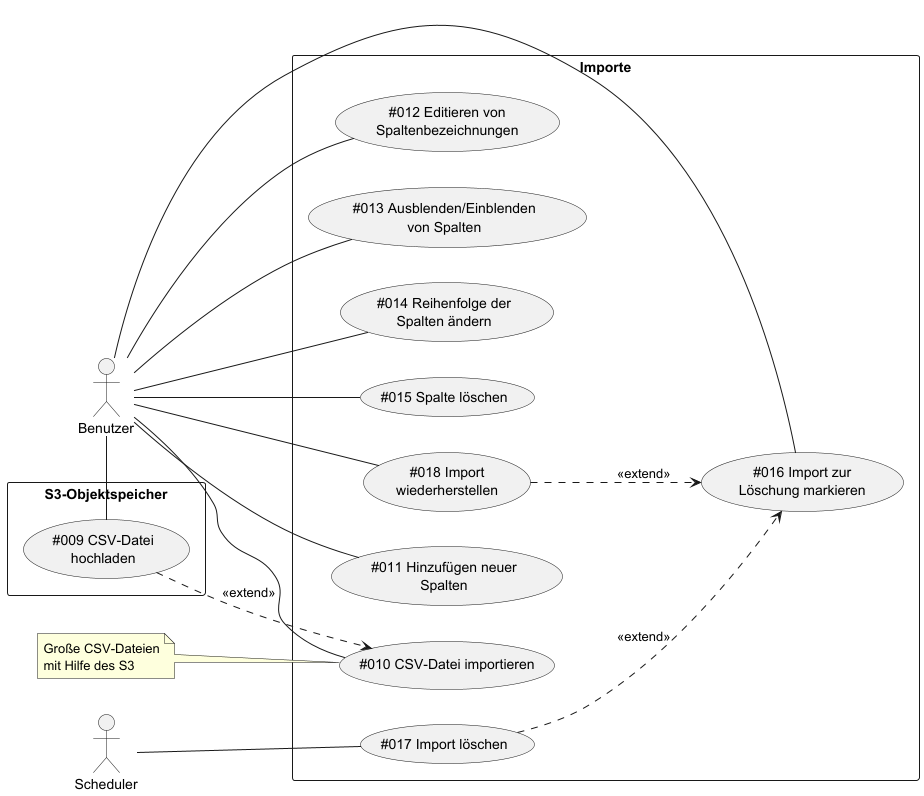
TuncerCatalkaya/data-integration keeps this PlantUML diagram as data-integration-documentation/src/main/images/usecases/scopes.png. Above is the earlier version. Source of this version:
```plantuml
@startuml
left to right direction

actor Benutzer as Actor1
actor Scheduler as Actor2

rectangle "S3-Objektspeicher" {
    (#009 CSV-Datei\nhochladen) as (UC9)
}

rectangle "Importe" {
    (#012 Editieren von\nSpaltenbezeichnungen) as (UC12)
    (#016 Import zur\nLöschung markieren) as (UC16)
    (#010 CSV-Datei importieren) as (UC10)
    (#011 Hinzufügen neuer\nSpalten) as (UC11)
    (#013 Ausblenden/Einblenden\nvon Spalten) as (UC13)
    (#014 Reihenfolge der\nSpalten ändern) as (UC14)
    (#015 Spalte löschen) as (UC15)
    (#017 Import löschen) as (UC17)
    (#018 Import\nwiederherstellen) as (UC18)
}

note "Große CSV-Dateien\nmit Hilfe des S3" as N1

Actor2 -- (UC17)

Actor1 - (UC9)
Actor1 - (UC10)
Actor1 - (UC11)
Actor1 - (UC12)
Actor1 - (UC13)
Actor1 - (UC14)
Actor1 - (UC15)
Actor1 - (UC16)
Actor1 - (UC18)

(UC9) ..> UC10 : <<extend>>
(UC17) ..> (UC16) : <<extend>>
(UC18) ..> UC16 : <<extend>>

N1 .. (UC10)

@enduml
```
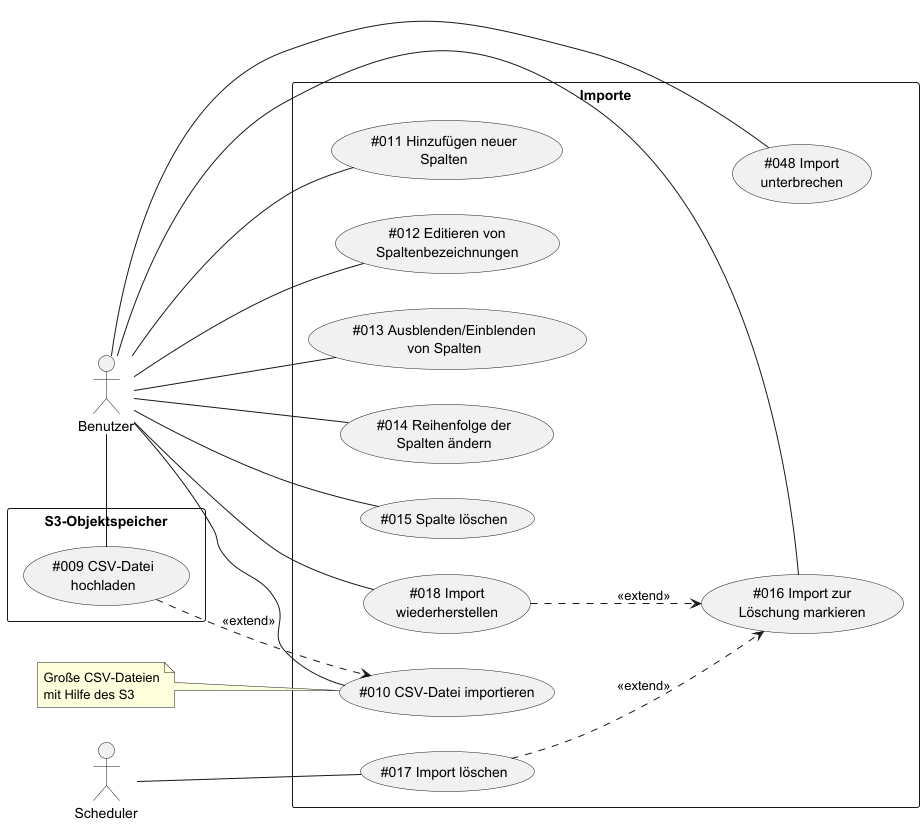
Above is the later version.

Diff of the diagram source:
```diff
@@ -18,6 +18,7 @@
     (#015 Spalte löschen) as (UC15)
     (#017 Import löschen) as (UC17)
     (#018 Import\nwiederherstellen) as (UC18)
+    (#048 Import\nunterbrechen) as (UC48)
 }
 
 note "Große CSV-Dateien\nmit Hilfe des S3" as N1
@@ -33,6 +34,9 @@
 Actor1 - (UC15)
 Actor1 - (UC16)
 Actor1 - (UC18)
+Actor1 - (UC48)
+
+(UC12) -[hidden]- (UC48)
 
 (UC9) ..> UC10 : <<extend>>
 (UC17) ..> (UC16) : <<extend>>
```
